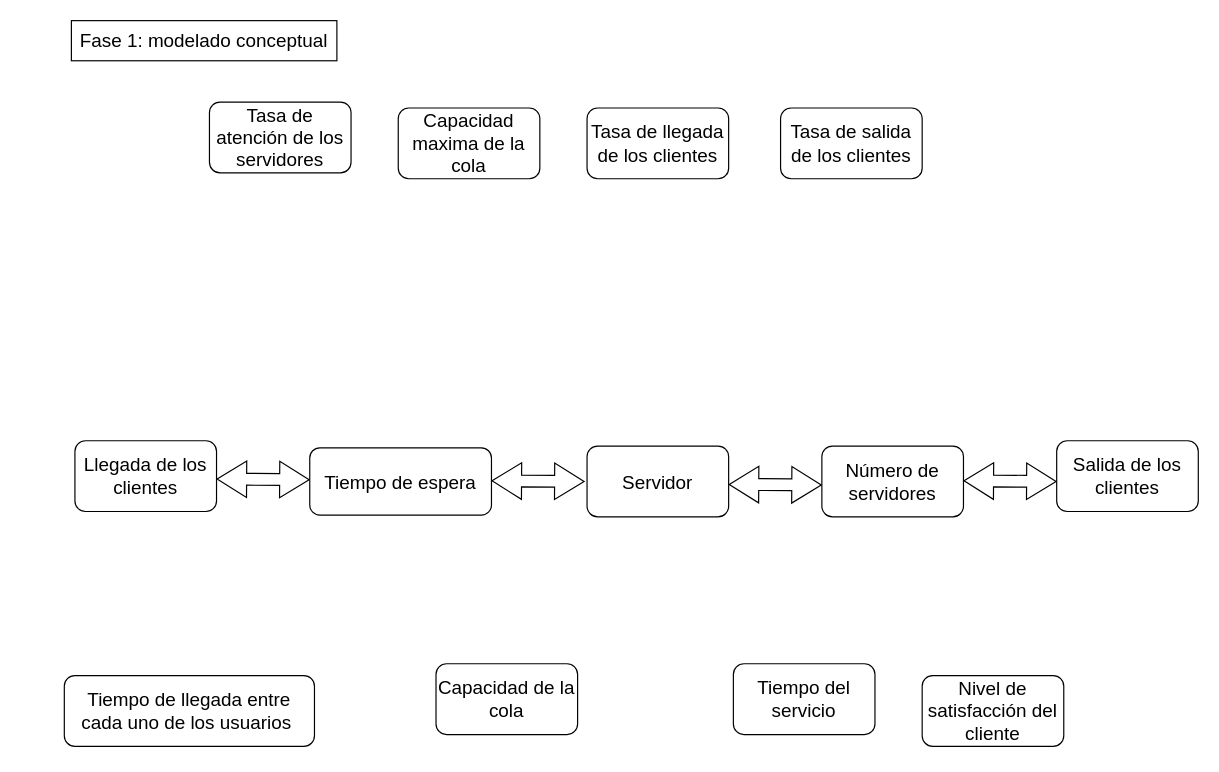
Above: Diagrama sin título.drawio in EstebanGitPro/AdminFinanazas (draw.io), before the change. Source tidied: cells renumbered, new cells numbered last; positions are measured from the earlier drawing's top-left corner, leaving out a move shared by most shapes. Both pictures are drawn from the tidied source at 118%, with x=0, y=0 at pixel (64, 20).
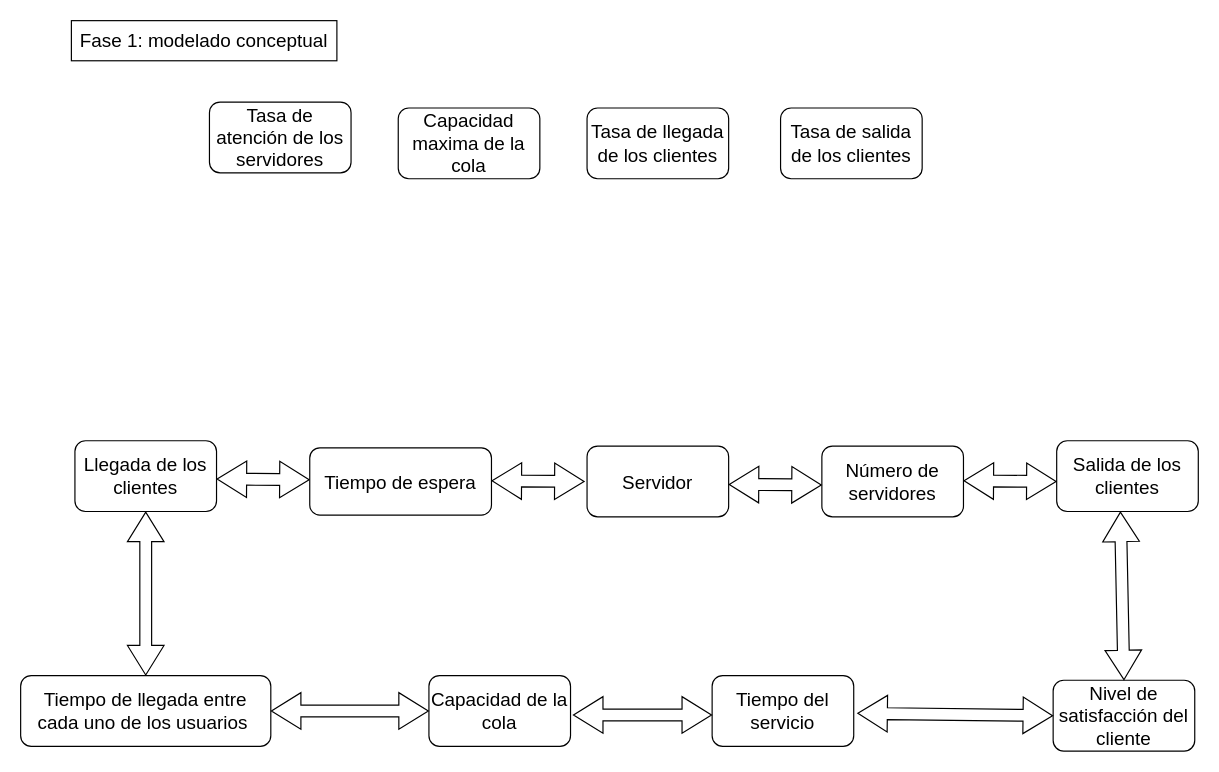
The same diagram, later.

Unchanged cells that the change refers to:
```xml
<mxCell id="7" value="Llegada de los clientes" style="rounded=1;whiteSpace=wrap;html=1;fontSize=16;" parent="1" vertex="1">
  <mxGeometry x="9" y="356" width="120" height="60" as="geometry" />
</mxCell>
<mxCell id="8" value="Salida de los clientes" style="rounded=1;whiteSpace=wrap;html=1;fontSize=16;" parent="1" vertex="1">
  <mxGeometry x="841" y="356" width="120" height="60" as="geometry" />
</mxCell>
```

What changed in the source:
```diff
@@
     <mxCell id="6" value="Capacidad de la cola" style="rounded=1;whiteSpace=wrap;html=1;fontSize=16;" parent="1" vertex="1">
-      <mxGeometry x="315" y="545" width="120" height="60" as="geometry" />
+      <mxGeometry x="309" y="555" width="120" height="60" as="geometry" />
     </mxCell>
@@
     <mxCell id="13" value="Tiempo de llegada entre cada uno de los usuarios&amp;nbsp;&lt;br&gt;" style="rounded=1;whiteSpace=wrap;html=1;fontSize=16;" parent="1" vertex="1">
-      <mxGeometry y="555" width="212" height="60" as="geometry" />
+      <mxGeometry x="-37" y="555" width="212" height="60" as="geometry" />
     </mxCell>
     <mxCell id="14" value="Tiempo del servicio" style="rounded=1;whiteSpace=wrap;html=1;fontSize=16;" parent="1" vertex="1">
-      <mxGeometry x="567" y="545" width="120" height="60" as="geometry" />
+      <mxGeometry x="549" y="555" width="120" height="60" as="geometry" />
     </mxCell>
@@
     <mxCell id="16" value="Nivel de satisfacción del cliente" style="rounded=1;whiteSpace=wrap;html=1;fontSize=16;" parent="1" vertex="1">
-      <mxGeometry x="727" y="555" width="120" height="60" as="geometry" />
+      <mxGeometry x="838" y="559" width="120" height="60" as="geometry" />
     </mxCell>
@@
+    <mxCell id="20" style="shape=flexArrow;endArrow=classic;startArrow=classic;html=1;rounded=0;fontSize=12;startSize=8;endSize=8;curved=1;exitX=0.5;exitY=1;exitDx=0;exitDy=0;" parent="1" edge="1" source="7" target="13">
+      <mxGeometry relative="1" as="geometry" />
+    </mxCell>
+    <mxCell id="21" style="shape=flexArrow;endArrow=classic;startArrow=classic;html=1;rounded=0;fontSize=12;startSize=8;endSize=8;curved=1;exitX=0;exitY=0.5;exitDx=0;exitDy=0;entryX=1;entryY=0.5;entryDx=0;entryDy=0;" parent="1" edge="1" source="6" target="13">
+      <mxGeometry relative="1" as="geometry" />
+    </mxCell>
+    <mxCell id="22" style="shape=flexArrow;endArrow=classic;startArrow=classic;html=1;rounded=0;fontSize=12;startSize=8;endSize=8;curved=1;entryX=1;entryY=0.5;entryDx=0;entryDy=0;" parent="1" edge="1">
+      <mxGeometry relative="1" as="geometry">
+        <mxPoint x="549" y="588.4" as="sourcePoint" />
+        <mxPoint x="431" y="588.4" as="targetPoint" />
+      </mxGeometry>
+    </mxCell>
+    <mxCell id="23" style="shape=flexArrow;endArrow=classic;startArrow=classic;html=1;rounded=0;fontSize=12;startSize=8;endSize=8;curved=1;exitX=0;exitY=0.5;exitDx=0;exitDy=0;" parent="1" edge="1" source="16">
+      <mxGeometry relative="1" as="geometry">
+        <mxPoint x="672" y="587" as="targetPoint" />
+      </mxGeometry>
+    </mxCell>
+    <mxCell id="24" style="shape=flexArrow;endArrow=classic;startArrow=classic;html=1;rounded=0;fontSize=12;startSize=8;endSize=8;curved=1;exitX=0.5;exitY=0;exitDx=0;exitDy=0;entryX=0.45;entryY=1;entryDx=0;entryDy=0;entryPerimeter=0;" parent="1" edge="1" source="16" target="8">
+      <mxGeometry relative="1" as="geometry" />
+    </mxCell>
```
